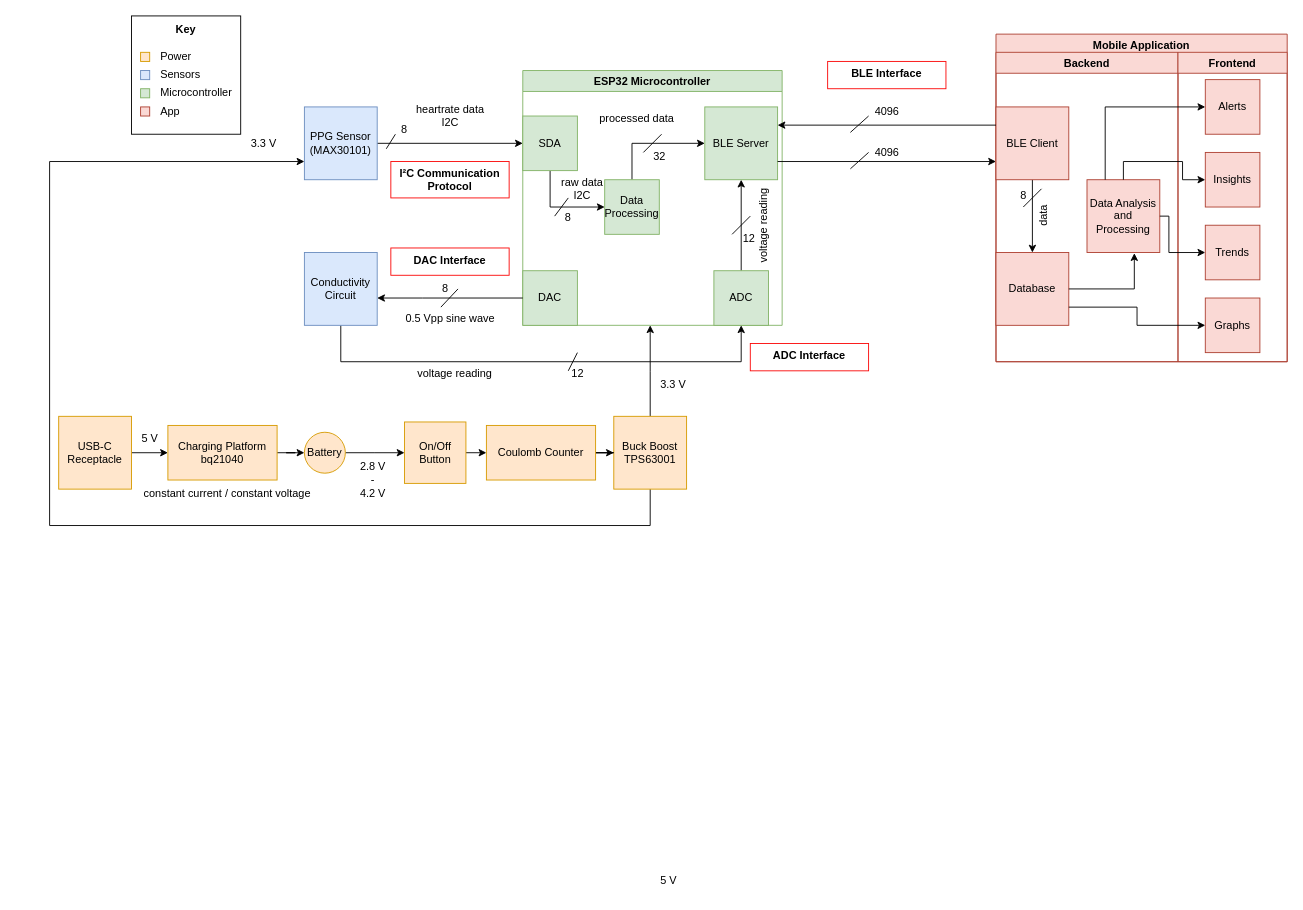
Above: page "Page-1" (1 of 2) of functional_diagram_477.drawio in herbertbruyn/ECE477_HydraWise (draw.io), before the change. Source tidied: cells renumbered, new cells numbered last; positions are measured from the earlier drawing's top-left corner, leaving out a move shared by most shapes. Both pictures are drawn from the tidied source at 91%, with x=0, y=0 at pixel (49, 15).
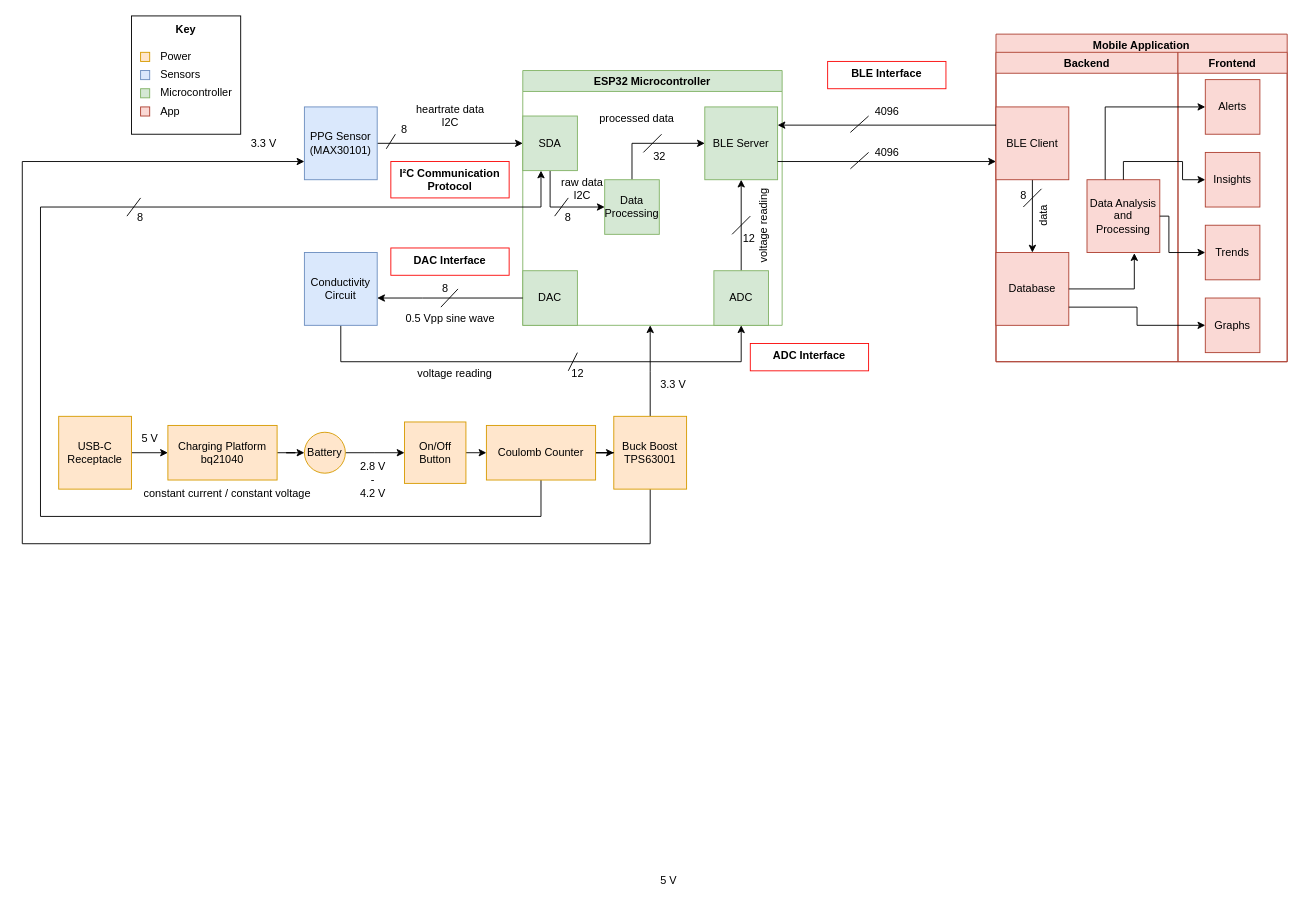
After the change.

Commit message:
areej block diagram

The change refers to these unchanged cells:
```xml
<mxCell id="38" value="PPG Sensor&lt;div&gt;(MAX30101)&lt;/div&gt;" style="whiteSpace=wrap;html=1;fillColor=#dae8fc;strokeColor=#6c8ebf;" parent="1" vertex="1">
  <mxGeometry x="280" y="100" width="80" height="80" as="geometry" />
</mxCell>
<mxCell id="51" value="Buck Boost&lt;div&gt;TPS63001&lt;/div&gt;" style="whiteSpace=wrap;html=1;fillColor=#ffe6cc;strokeColor=#d79b00;" parent="1" vertex="1">
  <mxGeometry x="620" y="440" width="80" height="80" as="geometry" />
</mxCell>
<mxCell id="60" value="Coulomb Counter" style="rounded=0;whiteSpace=wrap;html=1;fillColor=#ffe6cc;strokeColor=#d79b00;" parent="1" vertex="1">
  <mxGeometry x="480" y="450" width="120" height="60" as="geometry" />
</mxCell>
```

The edit, as a diff of the source:
```diff
@@
     <mxCell id="50" style="edgeStyle=orthogonalEdgeStyle;rounded=0;jettySize=auto;html=1;exitX=0.5;exitY=1;exitDx=0;exitDy=0;entryX=0;entryY=0.75;entryDx=0;entryDy=0;" parent="1" edge="1" source="51" target="38">
       <mxGeometry relative="1" as="geometry">
         <Array as="points">
-          <mxPoint x="660" y="560" />
-          <mxPoint y="560" />
-          <mxPoint y="160" />
+          <mxPoint x="660" y="580" />
+          <mxPoint x="-30" y="580" />
+          <mxPoint x="-30" y="160" />
         </Array>
       </mxGeometry>
     </mxCell>
@@
+    <mxCell id="91" style="edgeStyle=orthogonalEdgeStyle;rounded=0;jettySize=auto;html=1;" parent="1" edge="1" source="60">
+      <mxGeometry relative="1" as="geometry">
+        <mxPoint x="540" y="170" as="targetPoint" />
+        <Array as="points">
+          <mxPoint x="540" y="550" />
+          <mxPoint x="-10" y="550" />
+          <mxPoint x="-10" y="210" />
+          <mxPoint x="540" y="210" />
+          <mxPoint x="540" y="170" />
+        </Array>
+      </mxGeometry>
+    </mxCell>
@@
+    <mxCell id="92" style="endArrow=none;html=1;rounded=0;" parent="1" edge="1">
+      <mxGeometry relative="1" as="geometry">
+        <mxPoint x="85" y="220" as="sourcePoint" />
+        <mxPoint x="100" y="200" as="targetPoint" />
+      </mxGeometry>
+    </mxCell>
+    <mxCell id="93" value="8" style="text;html=1;align=center;verticalAlign=middle;whiteSpace=wrap;rounded=0;" parent="1" vertex="1">
+      <mxGeometry x="70" y="207" width="60" height="30" as="geometry" />
+    </mxCell>
```
